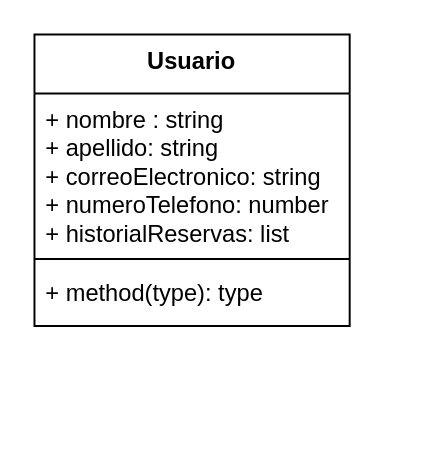
Before: Untitled Diagram.drawio in mfigueroa23/mfigueroa23, a draw.io diagram. Source tidied: cells renumbered, new cells numbered last; positions are measured from the earlier drawing's top-left corner, leaving out a move shared by most shapes. Both pictures are drawn from the tidied source at 197%, with x=0, y=0 at pixel (33, 33).
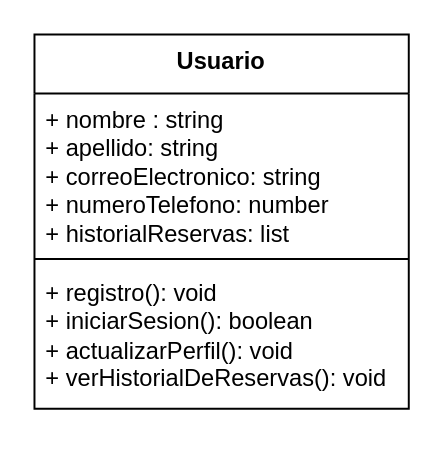
The same page after the edit.

Commit message:
añadiendo usuarios

What changed in the source:
```diff
@@
 <mxGraphModel>
   <root>
     <mxCell id="0" />
     <mxCell id="1" parent="0" />
     <mxCell id="2" value="Usuario" style="swimlane;fontStyle=1;align=center;verticalAlign=top;horizontal=1;startSize=30;whiteSpace=wrap;html=1;" parent="1" vertex="1">
-      <mxGeometry width="160" height="148" as="geometry" />
+      <mxGeometry width="190" height="190" as="geometry" />
     </mxCell>
     <mxCell id="3" value="&lt;div&gt;+ nombre : string&lt;/div&gt;&lt;div&gt;+ apellido: string&lt;br&gt;&lt;/div&gt;&lt;div&gt;+ correoElectronico: string&lt;/div&gt;&lt;div&gt;+ numeroTelefono: number&lt;/div&gt;&lt;div&gt;+ historialReservas: list&lt;br&gt;&lt;/div&gt;" style="text;strokeColor=none;fillColor=none;align=left;verticalAlign=top;spacingLeft=4;spacingRight=4;overflow=hidden;whiteSpace=wrap;html=1;" parent="2" vertex="1">
-      <mxGeometry y="30" width="160" height="80" as="geometry" />
+      <mxGeometry y="30" width="190" height="80" as="geometry" />
     </mxCell>
     <mxCell id="4" style="line;strokeWidth=1;fillColor=none;align=left;verticalAlign=middle;spacingTop=-1;spacingLeft=3;spacingRight=3;labelPosition=right;strokeColor=inherit;" parent="2" vertex="1">
-      <mxGeometry y="110" width="160" height="8" as="geometry" />
+      <mxGeometry y="110" width="190" height="8" as="geometry" />
     </mxCell>
-    <mxCell id="5" value="+ method(type): type" style="text;strokeColor=none;fillColor=none;align=left;verticalAlign=top;spacingLeft=4;spacingRight=4;overflow=hidden;whiteSpace=wrap;html=1;" parent="2" vertex="1">
-      <mxGeometry y="118" width="160" height="30" as="geometry" />
+    <mxCell id="5" value="&lt;div&gt;+ registro(): void&lt;/div&gt;&lt;div&gt;+ iniciarSesion(): boolean&lt;/div&gt;&lt;div&gt;+ actualizarPerfil(): void&lt;/div&gt;&lt;div&gt;+ verHistorialDeReservas(): void&lt;br&gt;&lt;/div&gt;" style="text;strokeColor=none;fillColor=none;align=left;verticalAlign=top;spacingLeft=4;spacingRight=4;overflow=hidden;whiteSpace=wrap;html=1;" parent="2" vertex="1">
+      <mxGeometry y="118" width="190" height="72" as="geometry" />
     </mxCell>
   </root>
 </mxGraphModel>
```
